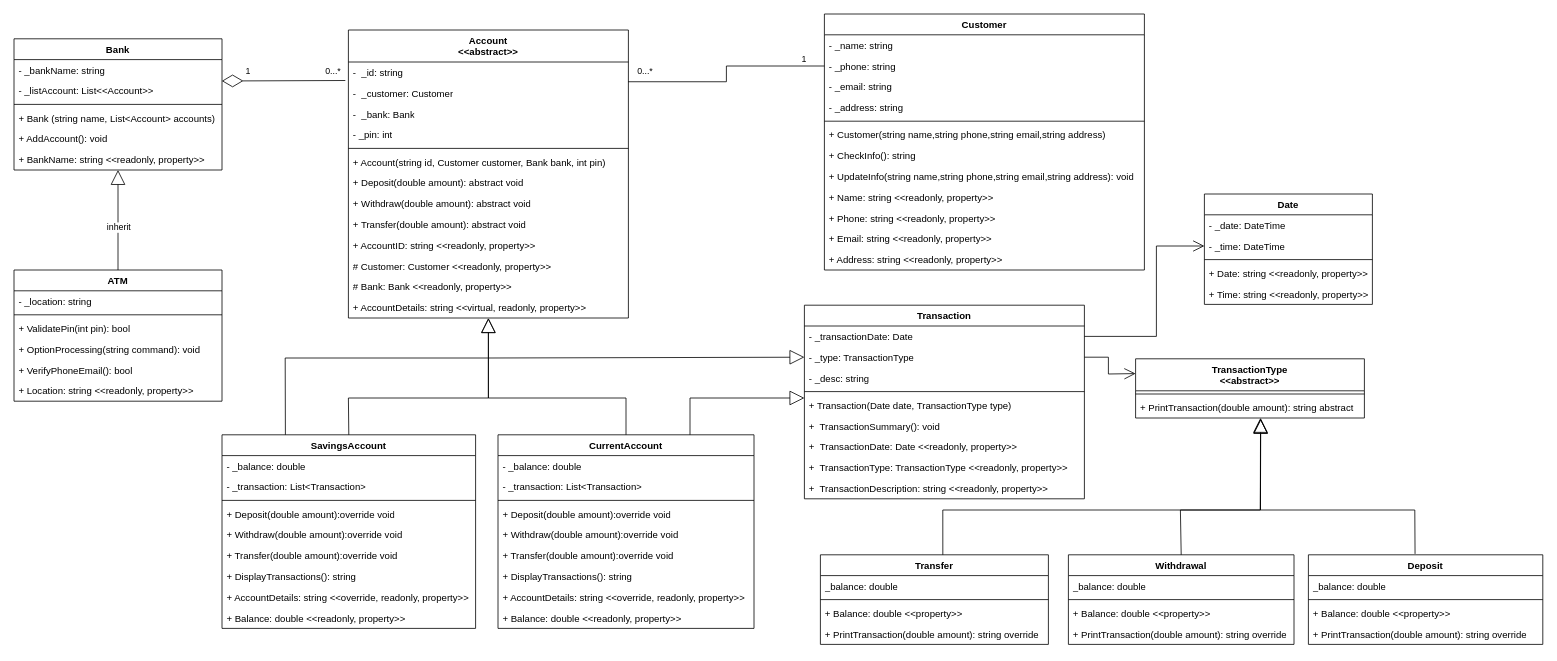
Earlier version of the draw.io diagram Custom Project Part 1 (Distinction Level)/Bank ATM.drawio (marsh826/SwinburneCOS20007). Source tidied: cells renumbered, new cells numbered last; positions are measured from the earlier drawing's top-left corner, leaving out a move shared by most shapes. Both pictures are drawn from the tidied source at 80%, with x=0, y=0 at pixel (14, 14).
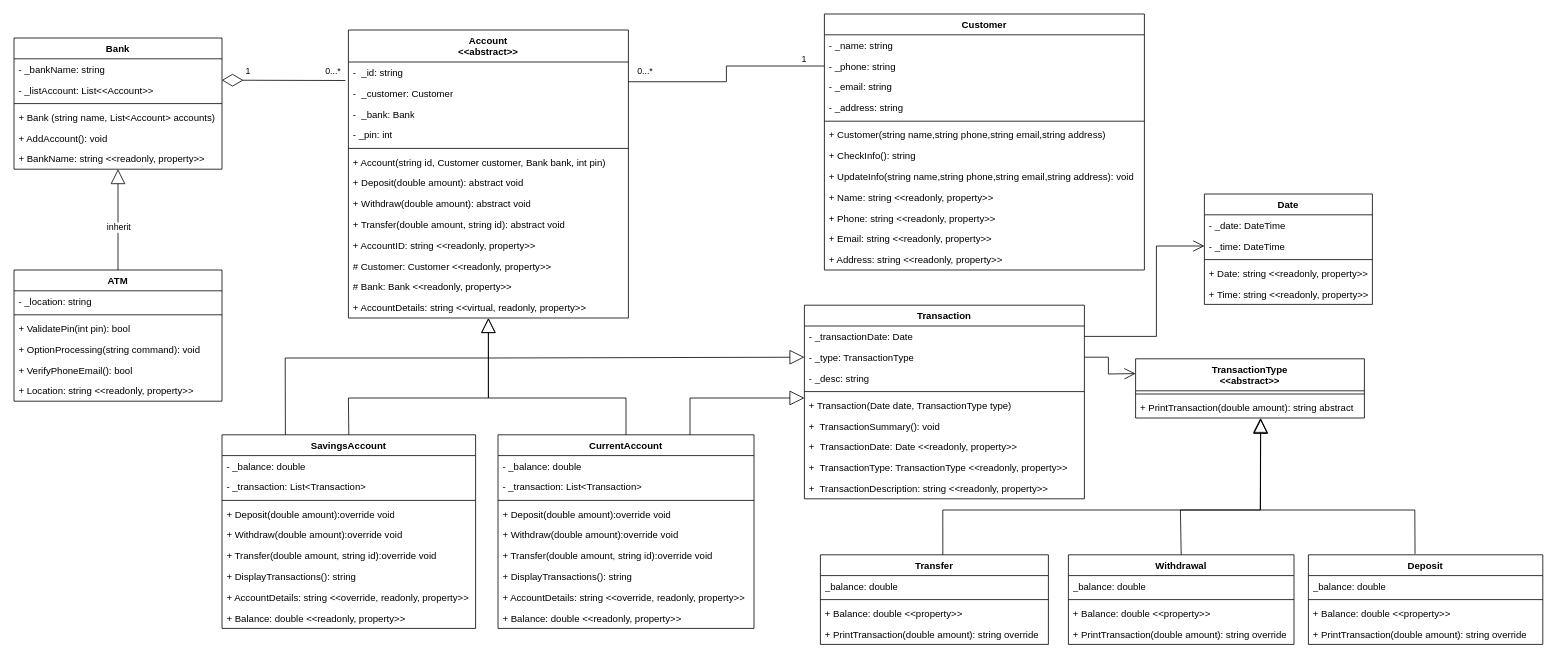
After the change.

The change refers to these unchanged cells:
```xml
<mxCell id="2" value="Account&lt;br&gt;&amp;lt;&amp;lt;abstract&amp;gt;&amp;gt;" style="swimlane;fontStyle=1;align=center;verticalAlign=top;horizontal=1;startSize=40;whiteSpace=wrap;html=1;" parent="1" vertex="1">
  <mxGeometry x="418" y="20" width="350" height="360" as="geometry" />
</mxCell>
<mxCell id="45" value="SavingsAccount" style="swimlane;fontStyle=1;align=center;verticalAlign=top;horizontal=1;startSize=26;whiteSpace=wrap;html=1;" parent="1" vertex="1">
  <mxGeometry x="260" y="526" width="317" height="242" as="geometry" />
</mxCell>
<mxCell id="55" value="CurrentAccount" style="swimlane;fontStyle=1;align=center;verticalAlign=top;horizontal=1;startSize=26;whiteSpace=wrap;html=1;" parent="1" vertex="1">
  <mxGeometry x="605" y="526" width="320" height="242" as="geometry" />
</mxCell>
```

The edit, as a diff of the source:
```diff
@@
-    <mxCell id="11" value="+ Transfer(double amount): abstract&amp;nbsp;void" style="text;strokeColor=none;fillColor=none;align=left;verticalAlign=top;spacingLeft=4;spacingRight=4;overflow=hidden;whiteSpace=wrap;html=1;" parent="2" vertex="1">
+    <mxCell id="11" value="+ Transfer(double amount, string id): abstract&amp;nbsp;void" style="text;strokeColor=none;fillColor=none;align=left;verticalAlign=top;spacingLeft=4;spacingRight=4;overflow=hidden;whiteSpace=wrap;html=1;" parent="2" vertex="1">
       <mxGeometry y="230" width="350" height="26" as="geometry" />
     </mxCell>
@@
     <mxCell id="16" value="Bank" style="swimlane;fontStyle=1;align=center;verticalAlign=top;horizontal=1;startSize=26;whiteSpace=wrap;html=1;" parent="1" vertex="1">
-      <mxGeometry y="31" width="260" height="164" as="geometry" />
+      <mxGeometry y="30" width="260" height="164" as="geometry" />
     </mxCell>
@@
-    <mxCell id="51" value="+ Transfer(double amount):override void" style="text;strokeColor=none;fillColor=none;align=left;verticalAlign=top;spacingLeft=4;spacingRight=4;overflow=hidden;whiteSpace=wrap;html=1;" parent="45" vertex="1">
+    <mxCell id="51" value="+ Transfer(double amount, string id):override void" style="text;strokeColor=none;fillColor=none;align=left;verticalAlign=top;spacingLeft=4;spacingRight=4;overflow=hidden;whiteSpace=wrap;html=1;" parent="45" vertex="1">
       <mxGeometry y="138" width="317" height="26" as="geometry" />
     </mxCell>
@@
-    <mxCell id="61" value="+ Transfer(double amount):override void" style="text;strokeColor=none;fillColor=none;align=left;verticalAlign=top;spacingLeft=4;spacingRight=4;overflow=hidden;whiteSpace=wrap;html=1;" parent="55" vertex="1">
+    <mxCell id="61" value="+ Transfer(double amount, string id):override void" style="text;strokeColor=none;fillColor=none;align=left;verticalAlign=top;spacingLeft=4;spacingRight=4;overflow=hidden;whiteSpace=wrap;html=1;" parent="55" vertex="1">
       <mxGeometry y="138" width="320" height="26" as="geometry" />
     </mxCell>
```
